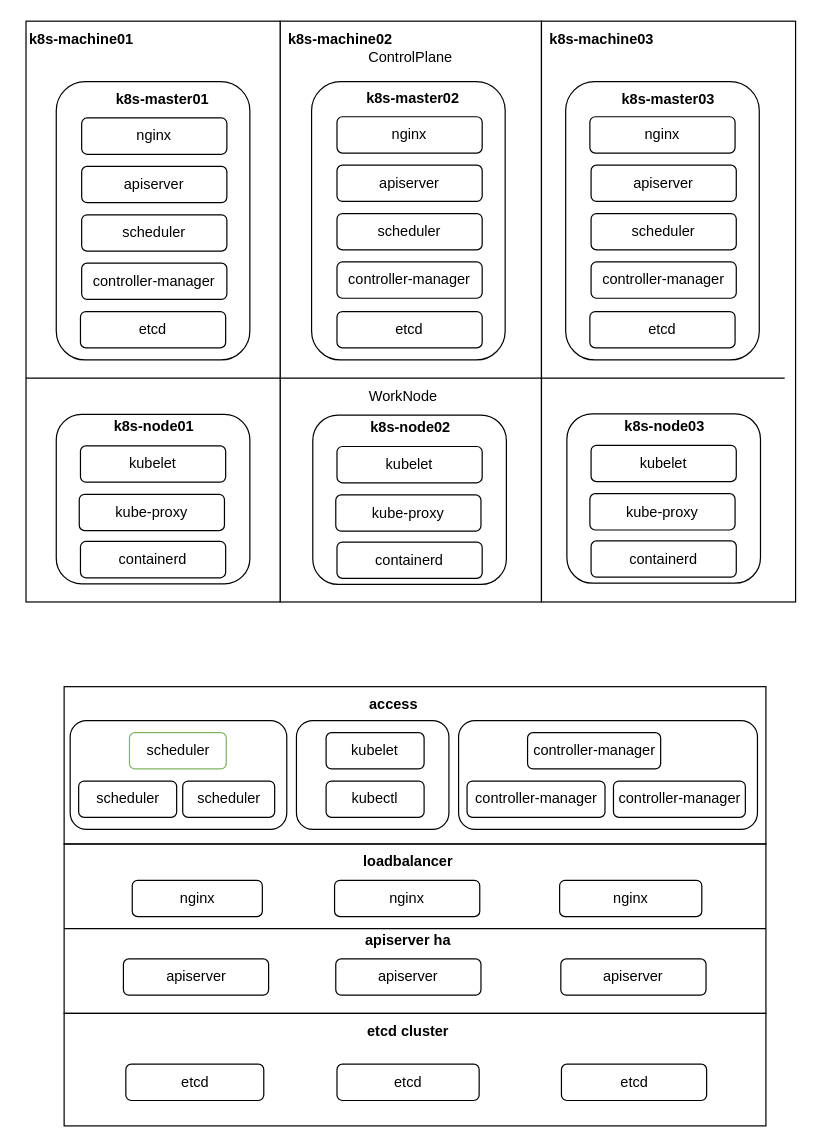
This is sccin k8s architecture.drawio from Qiwei-Ran/MyRepository, a draw.io file, before an edit. Source tidied: cells renumbered, new cells numbered last; positions are measured from the earlier drawing's top-left corner, leaving out a move shared by most shapes. Both pictures are drawn from the tidied source at 121%, with x=0, y=0 at pixel (21, 21).
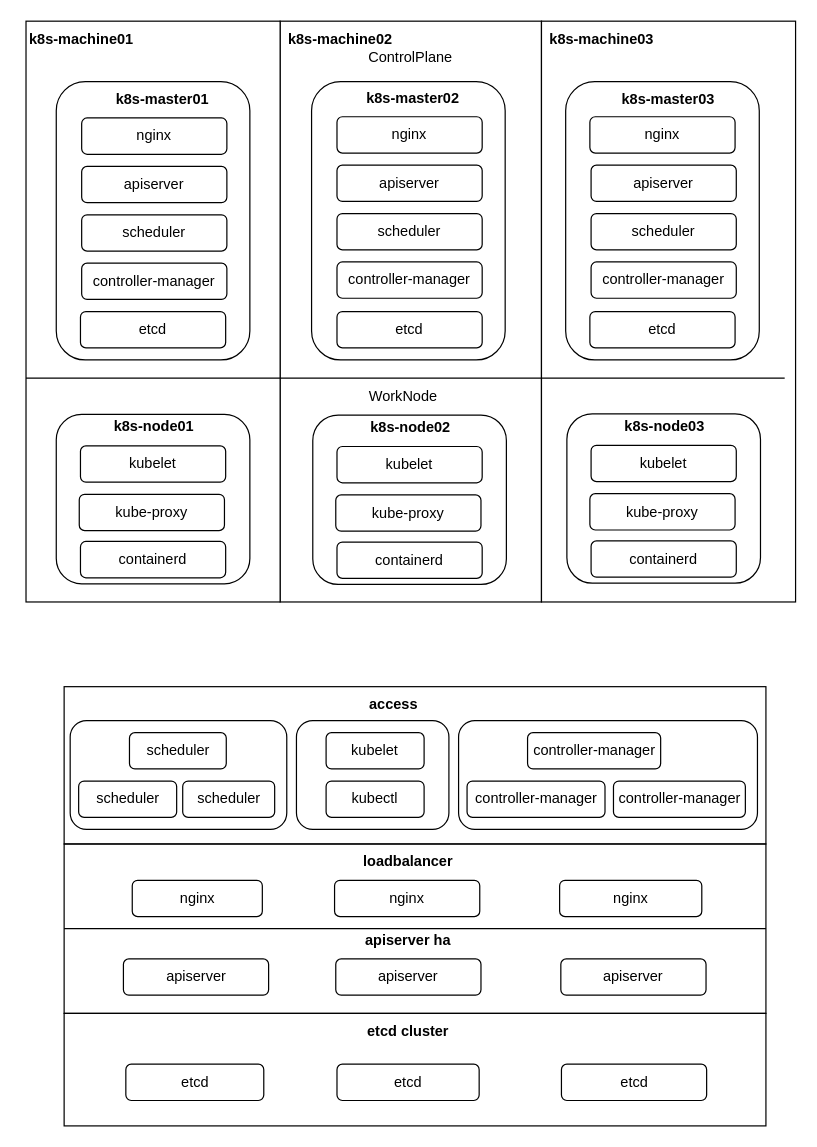
After the change.

What changed in the source:
```diff
@@
-    <mxCell id="69" value="scheduler" style="rounded=1;whiteSpace=wrap;html=1;strokeColor=#82b366;fillColor=none;" parent="1" vertex="1">
+    <mxCell id="69" value="scheduler" style="rounded=1;whiteSpace=wrap;html=1;fillColor=none;" parent="1" vertex="1">
       <mxGeometry x="89.5" y="588" width="80" height="30" as="geometry" />
     </mxCell>
```
